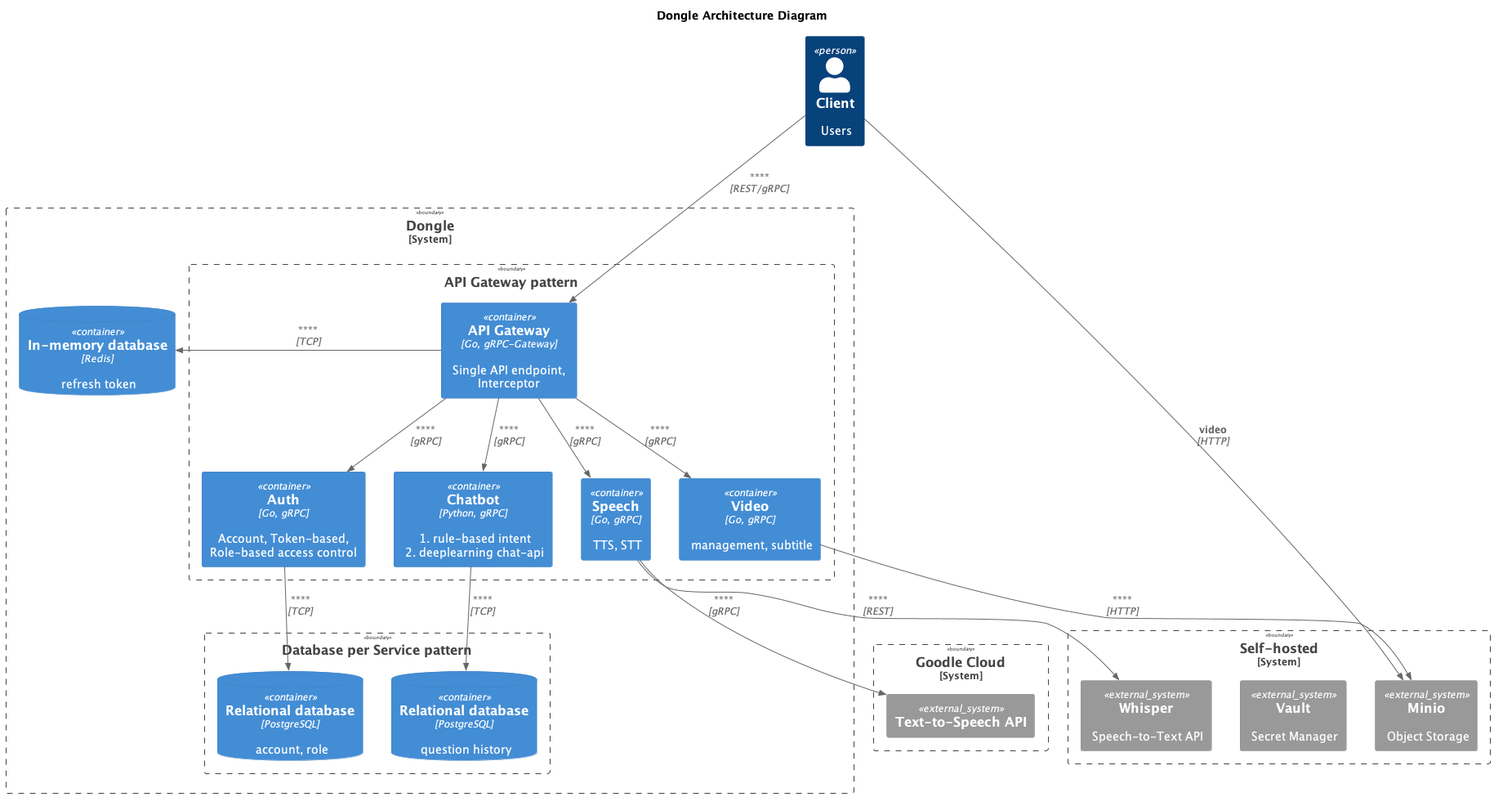
Above: docs/architecture/dongle.png in kimsehyoung/dongle (PlantUML), before the change.
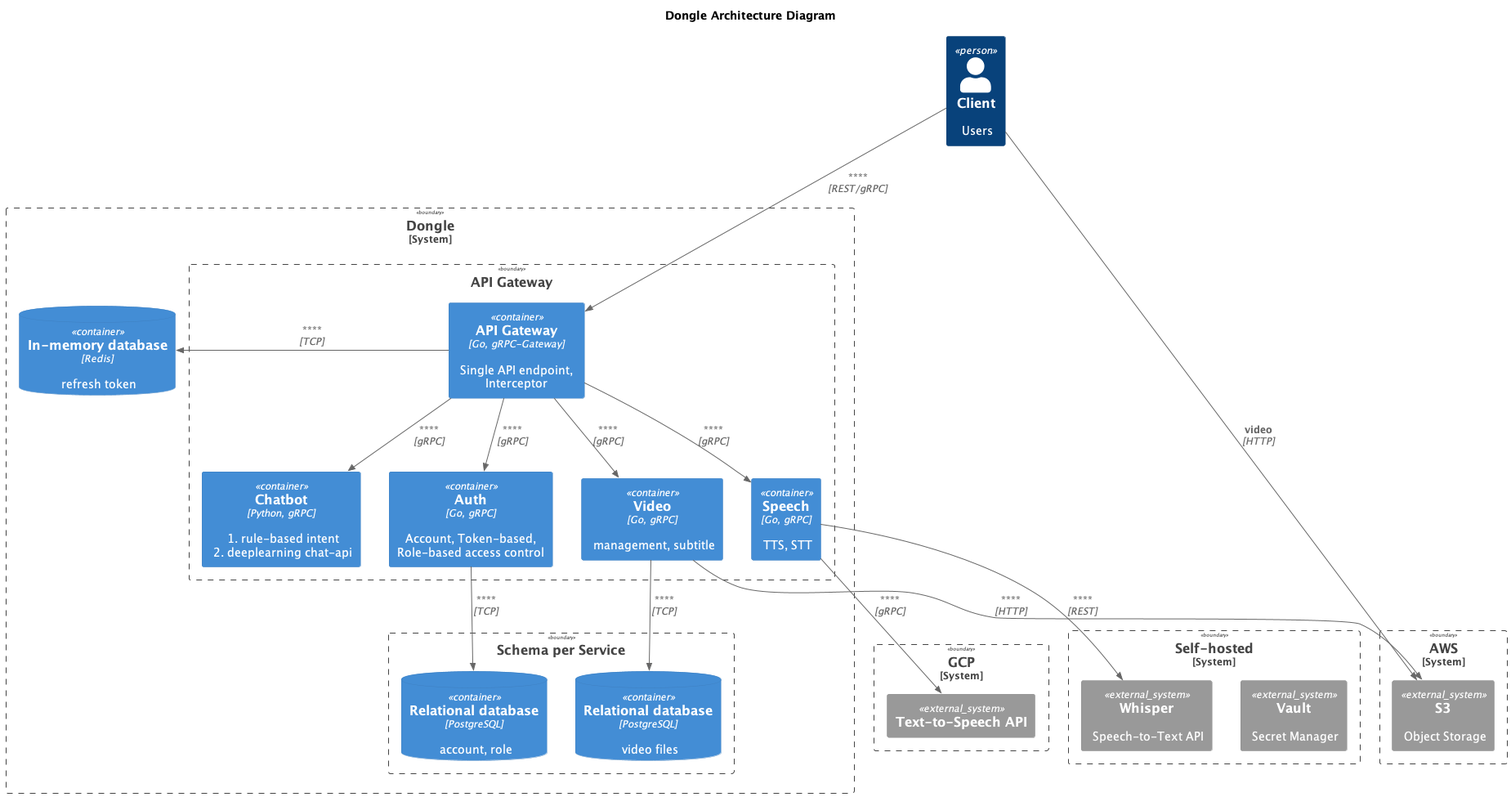
After the change.

Change to the diagram source:
```diff
@@ -6,7 +6,7 @@
 
 
 System_Boundary(c1, "Dongle") {
-    Boundary(c2, "API Gateway pattern") {
+    Boundary(c2, "API Gateway") {
         Container(api_gateway, "API Gateway", "Go, gRPC-Gateway","Single API endpoint, Interceptor")
         Container(auth, "Auth", "Go, gRPC", "Account, Token-based, Role-based access control")
         Container(speech, "Speech", "Go, gRPC", "TTS, STT")
@@ -14,20 +14,23 @@
         Container(video, "Video", "Go, gRPC","management, subtitle")
     }
     ContainerDb(auth_memorydb, "In-memory database", "Redis", "refresh token")
-    Boundary(c2_db, "Database per Service pattern") {
+    Boundary(c2_db, "Schema per Service") {
         ContainerDb(auth_rdb, "Relational database", "PostgreSQL", "account, role")
-        ContainerDb(chatbot_rdb, "Relational database", "PostgreSQL", "question history")
+        ContainerDb(video_rdb, "Relational database", "PostgreSQL", "video files")
     }
 
 }
 
 
-System_Boundary(c1_gcp, "Goodle Cloud") {
+System_Boundary(c1_gcp, "GCP") {
     System_Ext(texttospeech, "Text-to-Speech API")
 }
 
+System_Boundary(c1_aws, "AWS") {
+    System_Ext(s3, "S3", "Object Storage")
+}
+
 System_Boundary(c1_onpremise, "Self-hosted") {
-    System_Ext(minio, "Minio", "Object Storage")
     System_Ext(Vault, "Vault", "Secret Manager")
     System_Ext(whisper, "Whisper", "Speech-to-Text API")
 }
@@ -42,9 +45,9 @@
 Rel(auth, auth_rdb, "", "TCP")
 Rel(speech, whisper, "", "REST")
 Rel(speech, texttospeech, "", "gRPC")
-Rel(chatbot, chatbot_rdb, "", "TCP")
-Rel(video, minio, "", "HTTP")
-Rel(client, minio, "video", "HTTP")
+Rel(video, video_rdb, "", "TCP")
+Rel(video, s3, "", "HTTP")
+Rel(client, s3, "video", "HTTP")
 
 
 
```
